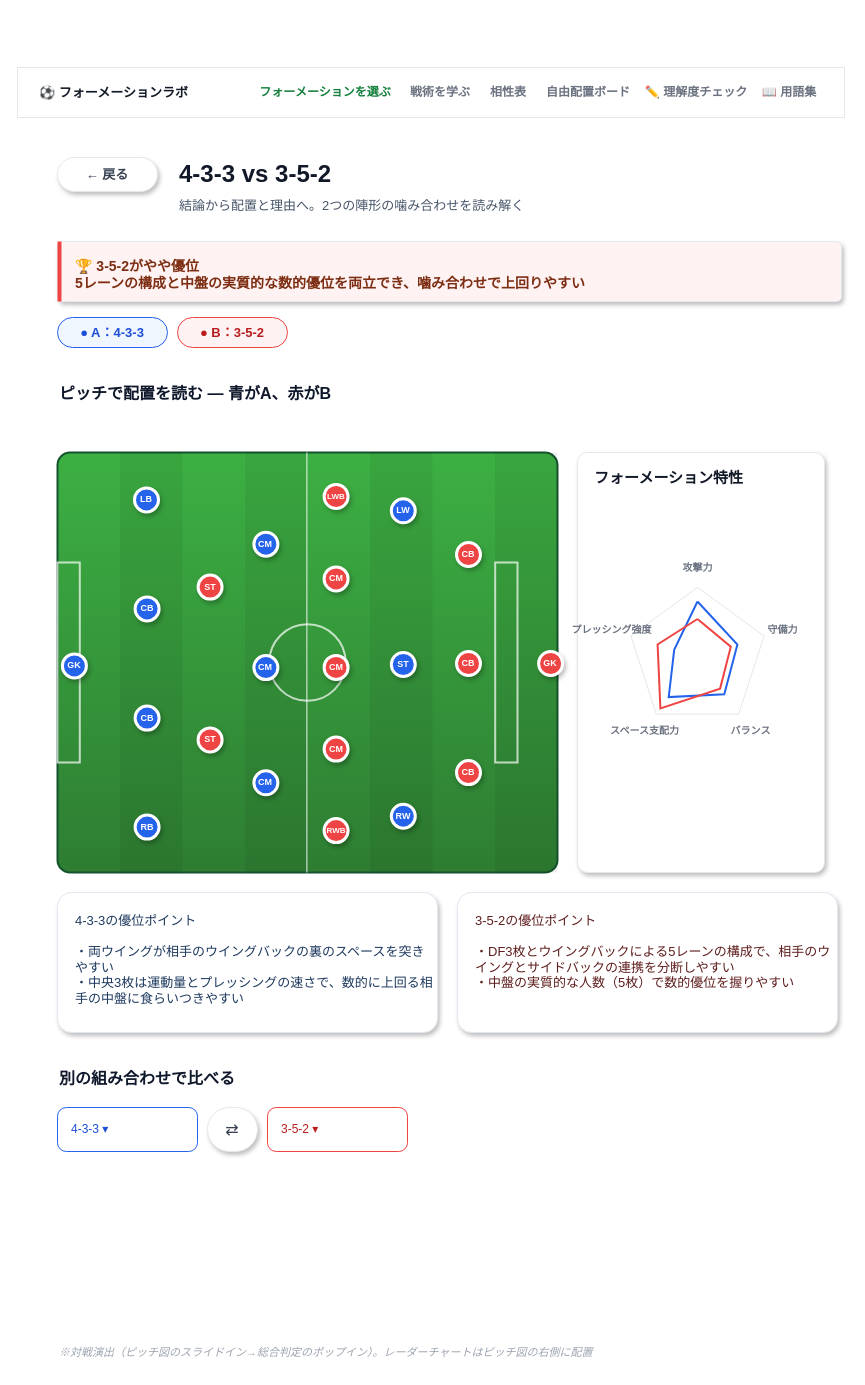
Before: page "wireframe-comparison" (2 of 8) of docs/specs/2_basic-design/wireframes.drawio in n-yata/soccer-sim, a draw.io diagram. Source tidied: cells renumbered, new cells numbered last; positions are measured from the earlier drawing's top-left corner, leaving out a move shared by most shapes. Both pictures are drawn from the tidied source at 100%, with x=0, y=0 at pixel (17, 67).
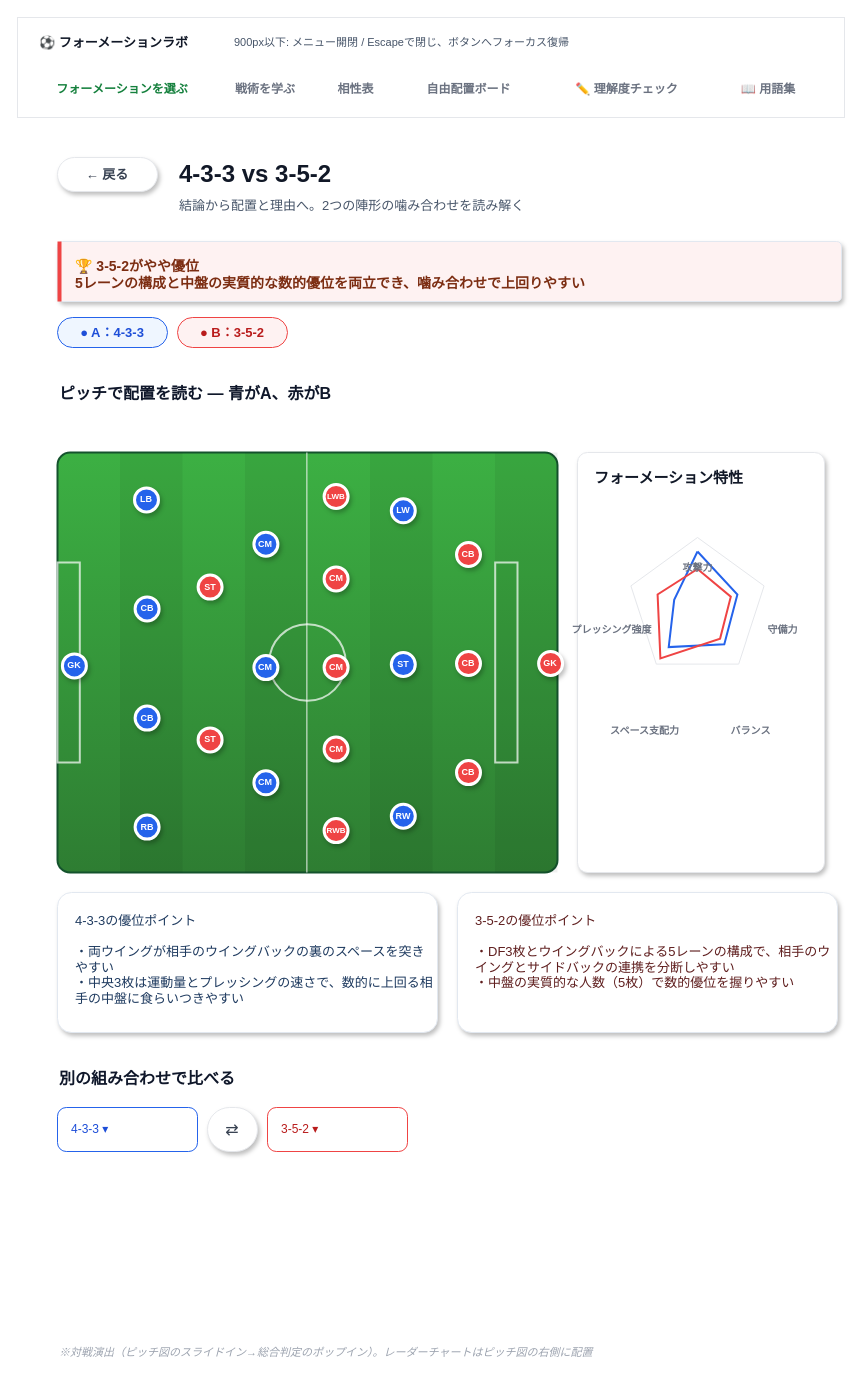
After the change.

Diff of the diagram source:
```diff
@@
     <mxCell id="2" style="rounded=0;whiteSpace=wrap;html=1;fillColor=#FFFFFF;strokeColor=#E5E7EB;strokeWidth=1;" parent="1" vertex="1">
-      <mxGeometry width="827" height="50" as="geometry" />
+      <mxGeometry y="-50" width="827" height="100" as="geometry" />
     </mxCell>
     <mxCell id="3" value="⚽ フォーメーションラボ" style="text;html=1;fontSize=13;fontStyle=1;align=left;verticalAlign=middle;fontColor=#111827;whiteSpace=wrap;" parent="1" vertex="1">
-      <mxGeometry x="20" y="13" width="160" height="24" as="geometry" />
+      <mxGeometry x="20" y="-37" width="160" height="24" as="geometry" />
     </mxCell>
     <mxCell id="4" value="フォーメーションを選ぶ" style="text;html=1;fontSize=12;fontStyle=1;align=center;verticalAlign=middle;fontColor=#15803D;whiteSpace=wrap;" parent="1" vertex="1">
-      <mxGeometry x="235" y="13" width="146" height="24" as="geometry" />
+      <mxGeometry x="20" y="10" width="170" height="24" as="geometry" />
     </mxCell>
     <mxCell id="5" value="戦術を学ぶ" style="text;html=1;fontSize=12;fontStyle=1;align=center;verticalAlign=middle;fontColor=#6B7280;whiteSpace=wrap;" parent="1" vertex="1">
-      <mxGeometry x="385" y="13" width="76" height="24" as="geometry" />
+      <mxGeometry x="198" y="10" width="100" height="24" as="geometry" />
     </mxCell>
     <mxCell id="6" value="相性表" style="text;html=1;fontSize=12;fontStyle=1;align=center;verticalAlign=middle;fontColor=#6B7280;whiteSpace=wrap;" parent="1" vertex="1">
-      <mxGeometry x="465" y="13" width="52" height="24" as="geometry" />
+      <mxGeometry x="306" y="10" width="65" height="24" as="geometry" />
     </mxCell>
     <mxCell id="7" value="自由配置ボード" style="text;html=1;fontSize=12;fontStyle=1;align=center;verticalAlign=middle;fontColor=#6B7280;whiteSpace=wrap;" parent="1" vertex="1">
-      <mxGeometry x="521" y="13" width="100" height="24" as="geometry" />
+      <mxGeometry x="379" y="10" width="145" height="24" as="geometry" />
     </mxCell>
     <mxCell id="8" value="✏️ 理解度チェック" style="text;html=1;fontSize=12;fontStyle=1;align=center;verticalAlign=middle;fontColor=#6B7280;whiteSpace=wrap;" parent="1" vertex="1">
-      <mxGeometry x="625" y="13" width="108" height="24" as="geometry" />
+      <mxGeometry x="532" y="10" width="155" height="24" as="geometry" />
     </mxCell>
     <mxCell id="9" value="📖 用語集" style="text;html=1;fontSize=12;fontStyle=1;align=center;verticalAlign=middle;fontColor=#6B7280;whiteSpace=wrap;" parent="1" vertex="1">
-      <mxGeometry x="737" y="13" width="70" height="24" as="geometry" />
+      <mxGeometry x="695" y="10" width="112" height="24" as="geometry" />
     </mxCell>
@@
     <mxCell id="52" style="endArrow=none;startArrow=none;html=1;fillColor=none;strokeColor=#E5E7EB;strokeWidth=1;rounded=0;" parent="1" edge="1">
       <mxGeometry relative="1" as="geometry">
-        <mxPoint x="680" y="520" as="sourcePoint" />
-        <mxPoint x="680" y="520" as="targetPoint" />
+        <mxPoint x="680" y="470" as="sourcePoint" />
+        <mxPoint x="680" y="470" as="targetPoint" />
         <Array as="points">
-          <mxPoint x="746.6" y="568.4" />
-          <mxPoint x="721.2" y="646.6" />
-          <mxPoint x="638.8" y="646.6" />
-          <mxPoint x="613.4" y="568.4" />
-          <mxPoint x="680" y="520" />
+          <mxPoint x="746.6" y="518.4" />
+          <mxPoint x="721.2" y="596.6" />
+          <mxPoint x="638.8" y="596.6" />
+          <mxPoint x="613.4" y="518.4" />
+          <mxPoint x="680" y="470" />
         </Array>
       </mxGeometry>
     </mxCell>
     <mxCell id="53" style="endArrow=none;startArrow=none;html=1;fillColor=none;strokeColor=#2563EB;strokeWidth=2;rounded=0;" parent="1" edge="1">
       <mxGeometry relative="1" as="geometry">
-        <mxPoint x="680" y="534" as="sourcePoint" />
-        <mxPoint x="680" y="534" as="targetPoint" />
+        <mxPoint x="680" y="484" as="sourcePoint" />
+        <mxPoint x="680" y="484" as="targetPoint" />
         <Array as="points">
-          <mxPoint x="719.9" y="577" />
-          <mxPoint x="706.8" y="626.8" />
-          <mxPoint x="651.2" y="629.6" />
-          <mxPoint x="656.7" y="582.4" />
-          <mxPoint x="680" y="534" />
+          <mxPoint x="719.9" y="527" />
+          <mxPoint x="706.8" y="576.8" />
+          <mxPoint x="651.2" y="579.6" />
+          <mxPoint x="656.7" y="532.4" />
+          <mxPoint x="680" y="484" />
         </Array>
       </mxGeometry>
     </mxCell>
     <mxCell id="54" style="endArrow=none;startArrow=none;html=1;fillColor=none;strokeColor=#EF4444;strokeWidth=2;rounded=0;" parent="1" edge="1">
       <mxGeometry relative="1" as="geometry">
-        <mxPoint x="680" y="551.5" as="sourcePoint" />
-        <mxPoint x="680" y="551.5" as="targetPoint" />
+        <mxPoint x="680" y="501.5" as="sourcePoint" />
+        <mxPoint x="680" y="501.5" as="targetPoint" />
         <Array as="points">
-          <mxPoint x="713.3" y="579.2" />
-          <mxPoint x="702.6" y="621.1" />
-          <mxPoint x="642.9" y="641" />
-          <mxPoint x="640.1" y="577" />
-          <mxPoint x="680" y="551.5" />
+          <mxPoint x="713.3" y="529.2" />
+          <mxPoint x="702.6" y="571.1" />
+          <mxPoint x="642.9" y="591" />
+          <mxPoint x="640.1" y="527" />
+          <mxPoint x="680" y="501.5" />
         </Array>
       </mxGeometry>
     </mxCell>
@@
+    <mxCell id="66" value="900px以下: メニュー開閉 / Escapeで閉じ、ボタンへフォーカス復帰" style="text;html=1;fontSize=11;align=left;whiteSpace=wrap;fontColor=#475569;" parent="1" vertex="1">
+      <mxGeometry x="215" y="-38" width="590" height="28" as="geometry" />
+    </mxCell>
```
